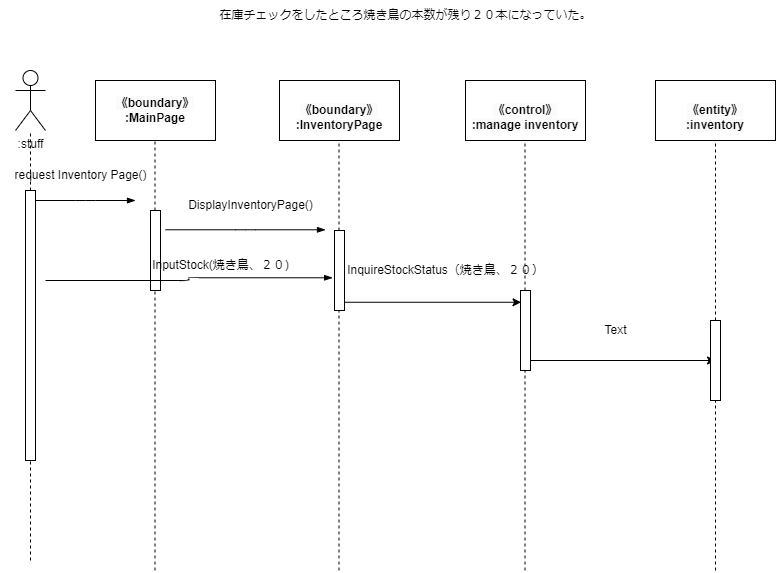
Above: psp4/シーケンス図/シーケンス図_在庫管理.drawio.png in MasakiHiguchi/--- (draw.io), before the change. Source tidied: cells renumbered, new cells last; positions are measured from the earlier drawing's top-left corner, leaving out a move shared by most shapes.
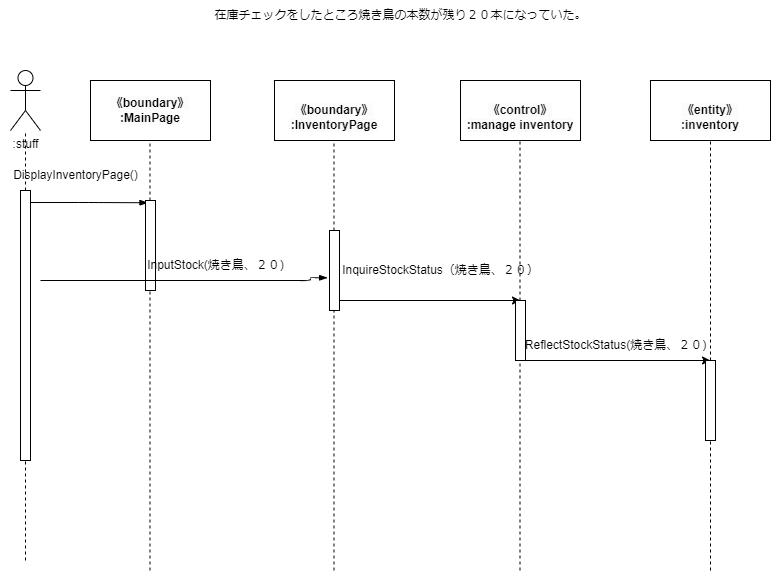
Later version of the same file.

Change to the diagram source:
```diff
@@ -51,14 +51,13 @@
     <mxCell id="14" style="html=1;points=[];perimeter=orthogonalPerimeter;" parent="1" vertex="1">
       <mxGeometry x="25" y="190" width="10" height="270" as="geometry" />
     </mxCell>
-    <mxCell id="15" style="edgeStyle=elbowEdgeStyle;fontSize=12;html=1;endArrow=blockThin;endFill=1;" parent="1" edge="1">
+    <mxCell id="15" style="edgeStyle=elbowEdgeStyle;fontSize=12;html=1;endArrow=blockThin;endFill=1;entryX=0.245;entryY=0.025;entryDx=0;entryDy=0;entryPerimeter=0;" parent="1" edge="1" target="18">
       <mxGeometry relative="1" as="geometry">
-        <mxPoint x="35" y="200" as="sourcePoint" />
-        <mxPoint x="135" y="200" as="targetPoint" />
+        <mxPoint x="35" y="202" as="sourcePoint" />
       </mxGeometry>
     </mxCell>
-    <mxCell id="16" value="request Inventory Page()" style="text;html=1;align=center;verticalAlign=middle;strokeColor=none;fillColor=none;" parent="1" vertex="1">
-      <mxGeometry y="160" width="160" height="30" as="geometry" />
+    <mxCell id="16" value="DisplayInventoryPage()" style="text;html=1;align=center;verticalAlign=middle;strokeColor=none;fillColor=none;" parent="1" vertex="1">
+      <mxGeometry x="5" y="160" width="150" height="30" as="geometry" />
     </mxCell>
     <mxCell id="17" style="endArrow=none;dashed=1;html=1;" parent="1" edge="1" target="18">
       <mxGeometry relative="1" as="geometry">
@@ -66,24 +65,17 @@
       </mxGeometry>
     </mxCell>
     <mxCell id="18" style="html=1;points=[];perimeter=orthogonalPerimeter;" parent="1" vertex="1">
-      <mxGeometry x="150" y="210" width="10" height="80" as="geometry" />
+      <mxGeometry x="150" y="200" width="10" height="90" as="geometry" />
     </mxCell>
-    <mxCell id="19" style="edgeStyle=elbowEdgeStyle;fontSize=12;html=1;endArrow=blockThin;endFill=1;" parent="1" edge="1">
-      <mxGeometry relative="1" as="geometry">
-        <mxPoint x="165" y="229.3" as="sourcePoint" />
-        <mxPoint x="325" y="229.3" as="targetPoint" />
-      </mxGeometry>
-    </mxCell>
-    <mxCell id="20" value="DisplayInventoryPage()" style="text;html=1;align=center;verticalAlign=middle;strokeColor=none;fillColor=none;" parent="1" vertex="1">
-      <mxGeometry x="175" y="190" width="150" height="30" as="geometry" />
-    </mxCell>
     <mxCell id="21" style="endArrow=none;dashed=1;html=1;" parent="1" edge="1" target="23">
       <mxGeometry relative="1" as="geometry">
         <mxPoint x="338.5" y="570" as="sourcePoint" />
       </mxGeometry>
     </mxCell>
-    <mxCell id="22" style="edgeStyle=none;html=1;entryX=0.053;entryY=0.147;entryDx=0;entryDy=0;entryPerimeter=0;" parent="1" edge="1" source="23" target="28">
-      <mxGeometry relative="1" as="geometry" />
+    <mxCell id="22" style="edgeStyle=none;html=1;" parent="1" edge="1" source="23">
+      <mxGeometry relative="1" as="geometry">
+        <mxPoint x="525" y="300" as="targetPoint" />
+      </mxGeometry>
     </mxCell>
     <mxCell id="23" style="html=1;points=[];perimeter=orthogonalPerimeter;" parent="1" vertex="1">
       <mxGeometry x="334" y="230" width="10" height="80" as="geometry" />
@@ -91,6 +83,9 @@
     <mxCell id="24" style="edgeStyle=elbowEdgeStyle;fontSize=12;html=1;endArrow=blockThin;endFill=1;entryX=-0.189;entryY=0.591;entryDx=0;entryDy=0;entryPerimeter=0;" parent="1" edge="1" target="23">
       <mxGeometry relative="1" as="geometry">
         <mxPoint x="45" y="280" as="sourcePoint" />
+        <Array as="points">
+          <mxPoint x="315" y="310" />
+        </Array>
       </mxGeometry>
     </mxCell>
     <mxCell id="25" value="InputStock(焼き鳥、２０)" style="text;html=1;align=center;verticalAlign=middle;strokeColor=none;fillColor=none;" parent="1" vertex="1">
@@ -101,11 +96,13 @@
         <mxPoint x="524.5" y="570" as="sourcePoint" />
       </mxGeometry>
     </mxCell>
-    <mxCell id="27" style="edgeStyle=none;html=1;entryX=0.5;entryY=0.5;entryDx=0;entryDy=0;entryPerimeter=0;" parent="1" edge="1" source="28" target="30">
-      <mxGeometry relative="1" as="geometry" />
+    <mxCell id="27" style="edgeStyle=none;html=1;" parent="1" edge="1" source="28">
+      <mxGeometry relative="1" as="geometry">
+        <mxPoint x="715" y="360" as="targetPoint" />
+      </mxGeometry>
     </mxCell>
     <mxCell id="28" style="html=1;points=[];perimeter=orthogonalPerimeter;" parent="1" vertex="1">
-      <mxGeometry x="520" y="290" width="10" height="80" as="geometry" />
+      <mxGeometry x="520" y="300" width="10" height="60" as="geometry" />
     </mxCell>
     <mxCell id="29" style="endArrow=none;dashed=1;html=1;" parent="1" edge="1" target="30">
       <mxGeometry relative="1" as="geometry">
@@ -113,13 +110,13 @@
       </mxGeometry>
     </mxCell>
     <mxCell id="30" style="html=1;points=[];perimeter=orthogonalPerimeter;" parent="1" vertex="1">
-      <mxGeometry x="710" y="320" width="10" height="80" as="geometry" />
+      <mxGeometry x="710" y="360" width="10" height="80" as="geometry" />
     </mxCell>
     <mxCell id="31" value="InquireStockStatus（焼き鳥、２０）" style="text;html=1;align=center;verticalAlign=middle;strokeColor=none;fillColor=none;" parent="1" vertex="1">
       <mxGeometry x="335" y="255" width="220" height="30" as="geometry" />
     </mxCell>
-    <mxCell id="32" value="Text" style="text;html=1;align=center;verticalAlign=middle;strokeColor=none;fillColor=none;" parent="1" vertex="1">
-      <mxGeometry x="590" y="315" width="50" height="30" as="geometry" />
+    <mxCell id="32" value="&lt;span style=&quot;text-align: left;&quot;&gt;ReflectStockStatus(焼き鳥、２０)&lt;/span&gt;" style="text;html=1;align=center;verticalAlign=middle;strokeColor=none;fillColor=none;" parent="1" vertex="1">
+      <mxGeometry x="520" y="330" width="200" height="30" as="geometry" />
     </mxCell>
   </root>
 </mxGraphModel>
```
